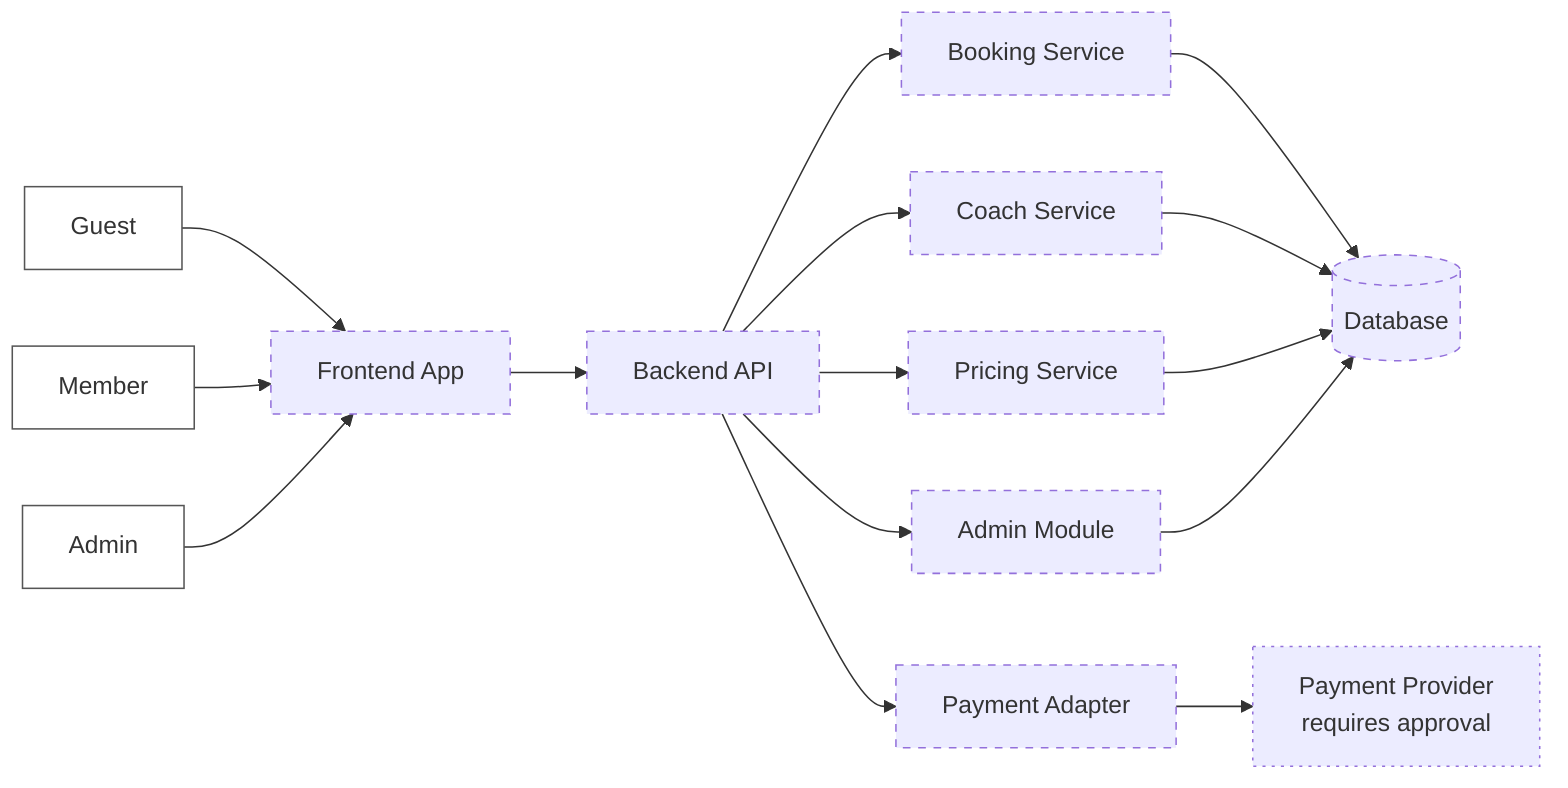
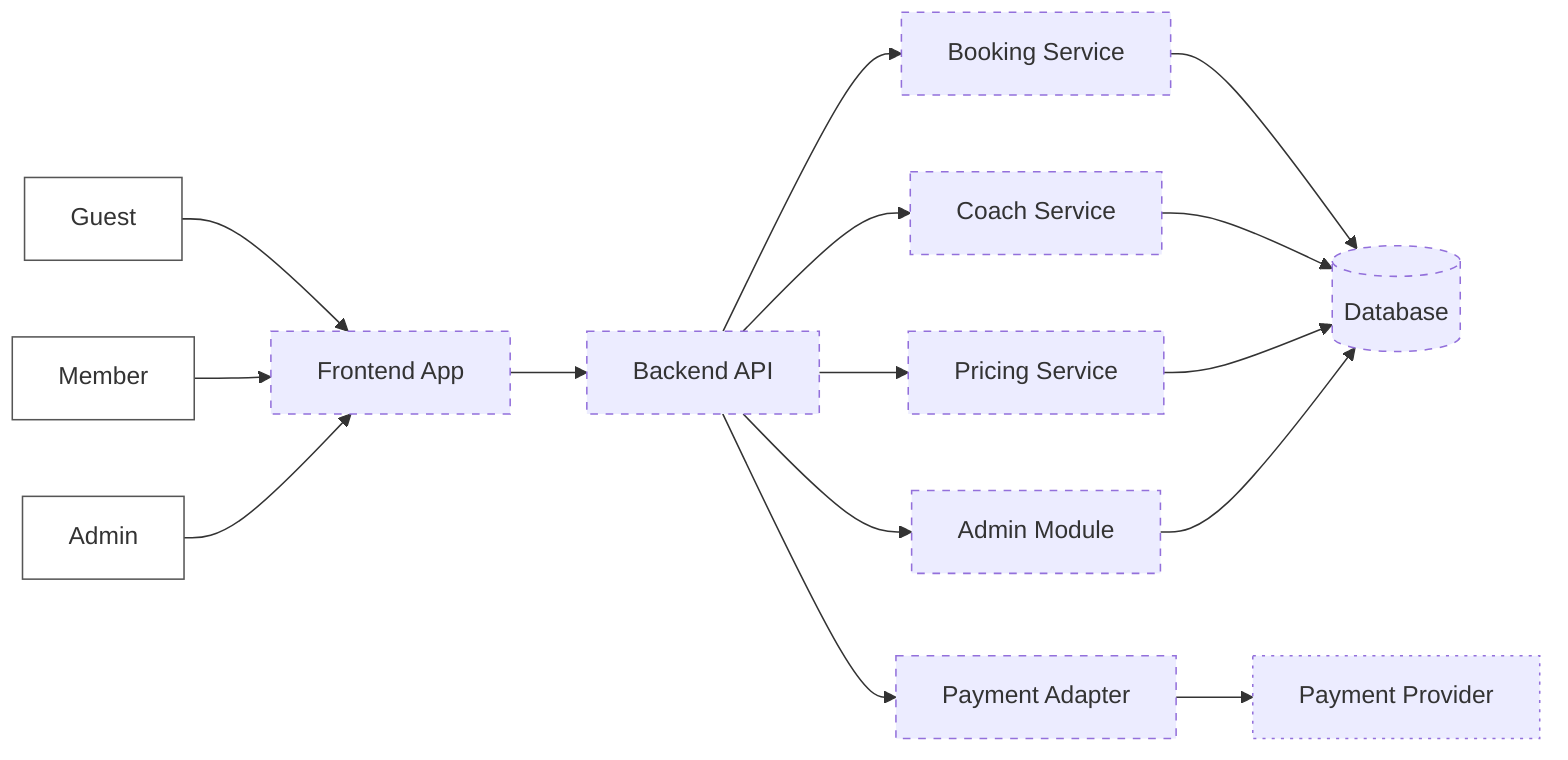
flowchart LR
  %% Idea-to-Architecture Mode.
-   %% All nodes are proposed, not observed implementation.
+   %% All system components are proposed, not observed implementation.
+   %% Payment Provider is unknown and requires approval.

  Guest[Guest]:::actor --> Frontend[Frontend App]:::proposed
  Member[Member]:::actor --> Frontend
  Admin[Admin]:::actor --> Frontend

  Frontend --> API[Backend API]:::proposed
  API --> Booking[Booking Service]:::proposed
  API --> Coach[Coach Service]:::proposed
  API --> Pricing[Pricing Service]:::proposed
  API --> AdminModule[Admin Module]:::proposed
  API --> Payment[Payment Adapter]:::proposed

  Booking --> DB[(Database)]:::proposed
  Coach --> DB
  Pricing --> DB
  AdminModule --> DB

-   Payment --> Provider[Payment Provider<br/>requires approval]:::unknown
+   Payment --> Provider[Payment Provider]:::unknown

  classDef actor fill:#fff,stroke:#555;
  classDef proposed stroke-dasharray: 5 5;
  classDef unknown stroke-dasharray: 2 4;
